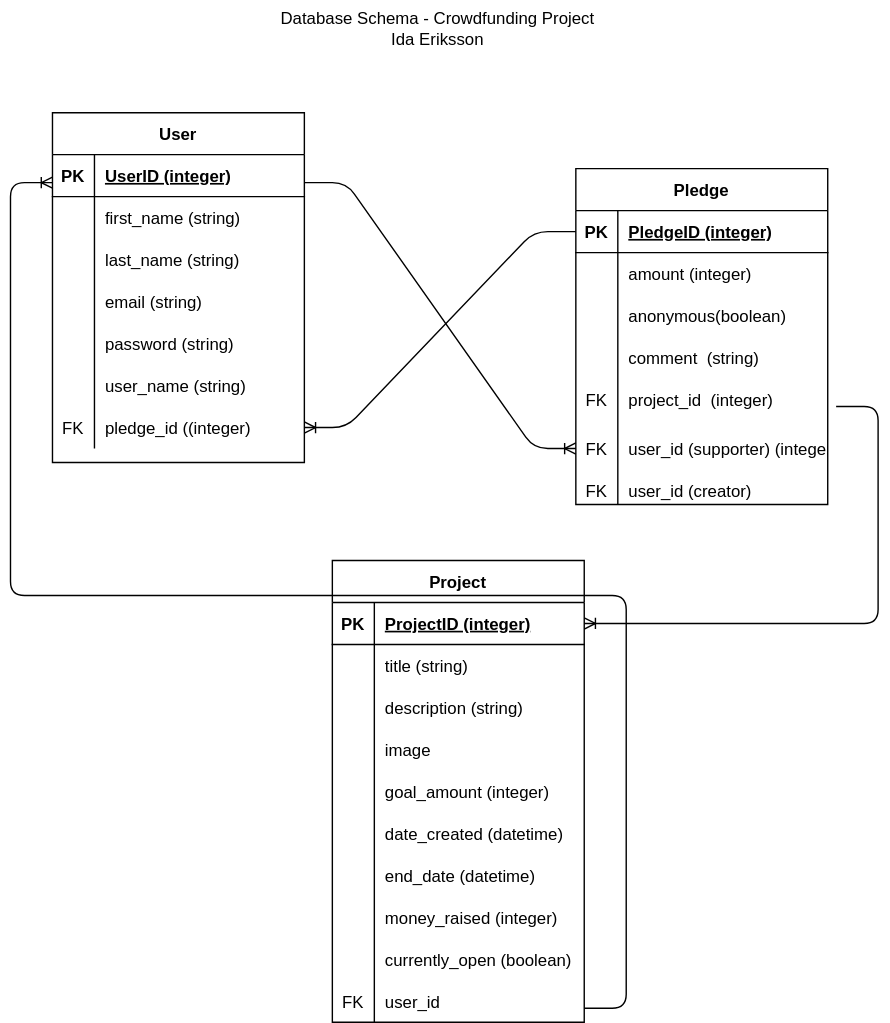
idaanna/crowdfunding_back_end keeps this draw.io diagram as cf.drawio.svg. Above is the earlier version. Source tidied: cells renumbered, new cells last; positions are measured from the earlier drawing's top-left corner, leaving out a move shared by most shapes.
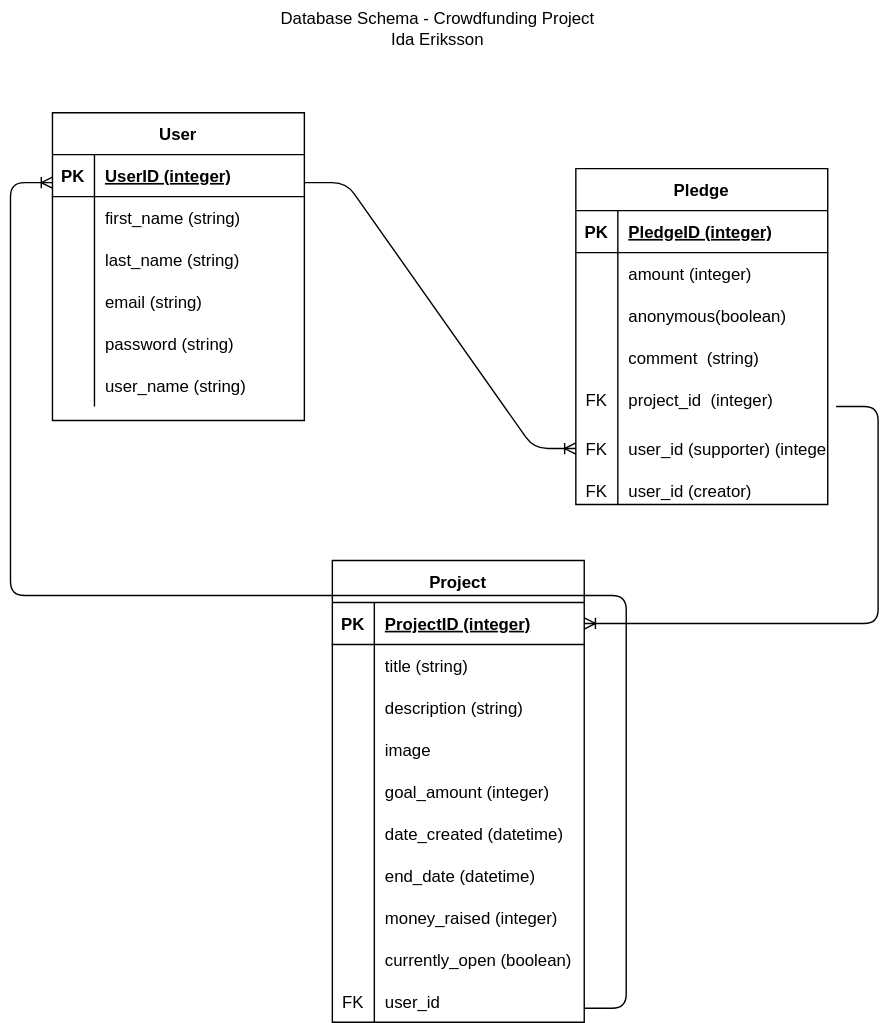
The same file after the commit.

The edit, as a diff of the source:
```diff
@@ -3,7 +3,7 @@
     <mxCell id="0" />
     <mxCell id="1" parent="0" />
     <mxCell id="2" value="User" style="shape=table;startSize=30;rowLines=0;fontStyle=1;align=center;" parent="1" vertex="1">
-      <mxGeometry y="80" width="180" height="250" as="geometry" />
+      <mxGeometry y="80" width="180" height="220" as="geometry" />
     </mxCell>
     <mxCell id="3" style="shape=tableRow;horizontal=0;startSize=0;swimlaneHead=0;swimlaneBody=0;fillColor=none;top=0;left=0;right=0;bottom=1;" parent="2" vertex="1">
       <mxGeometry y="30" width="180" height="30" as="geometry" />
@@ -59,15 +59,6 @@
     <mxCell id="20" value="user_name (string)" style="shape=partialRectangle;fillColor=none;top=0;left=0;bottom=0;right=0;align=left;spacingLeft=6;overflow=hidden;" parent="18" vertex="1">
       <mxGeometry x="30" width="150" height="30" as="geometry" />
     </mxCell>
-    <mxCell id="21" style="shape=tableRow;horizontal=0;startSize=0;swimlaneHead=0;swimlaneBody=0;fillColor=none;points=[[0,0.5],[1,0.5]];portConstraint=eastwest;top=0;left=0;right=0;bottom=0;" parent="2" vertex="1">
-      <mxGeometry y="210" width="180" height="30" as="geometry" />
-    </mxCell>
-    <mxCell id="22" value="FK" style="shape=partialRectangle;fillColor=none;top=0;left=0;bottom=0;right=0;fontStyle=0;overflow=hidden;" parent="21" vertex="1">
-      <mxGeometry width="30" height="30" as="geometry" />
-    </mxCell>
-    <mxCell id="23" value="pledge_id ((integer)" style="shape=partialRectangle;fillColor=none;top=0;left=0;bottom=0;right=0;align=left;spacingLeft=6;fontStyle=0;overflow=hidden;" parent="21" vertex="1">
-      <mxGeometry x="30" width="150" height="30" as="geometry" />
-    </mxCell>
     <mxCell id="24" value="Pledge" style="shape=table;startSize=30;rowLines=0;fontStyle=1;align=center;" parent="1" vertex="1">
       <mxGeometry x="374" y="120" width="180" height="240" as="geometry" />
     </mxCell>
@@ -235,9 +226,6 @@
         <mxPoint x="180" y="130" as="sourcePoint" />
       </mxGeometry>
     </mxCell>
-    <mxCell id="79" style="edgeStyle=entityRelationEdgeStyle;fontSize=12;html=1;endArrow=ERoneToMany;entryX=1;entryY=0.5;entryDx=0;entryDy=0;exitX=0;exitY=0.5;exitDx=0;exitDy=0;" parent="1" edge="1" source="25" target="21">
-      <mxGeometry relative="1" as="geometry" />
-    </mxCell>
     <mxCell id="80" style="edgeStyle=entityRelationEdgeStyle;fontSize=12;html=1;endArrow=ERoneToMany;entryX=1;entryY=0.5;entryDx=0;entryDy=0;startArrow=none;" parent="1" edge="1" target="47">
       <mxGeometry relative="1" as="geometry">
         <mxPoint x="560" y="290" as="sourcePoint" />
```
